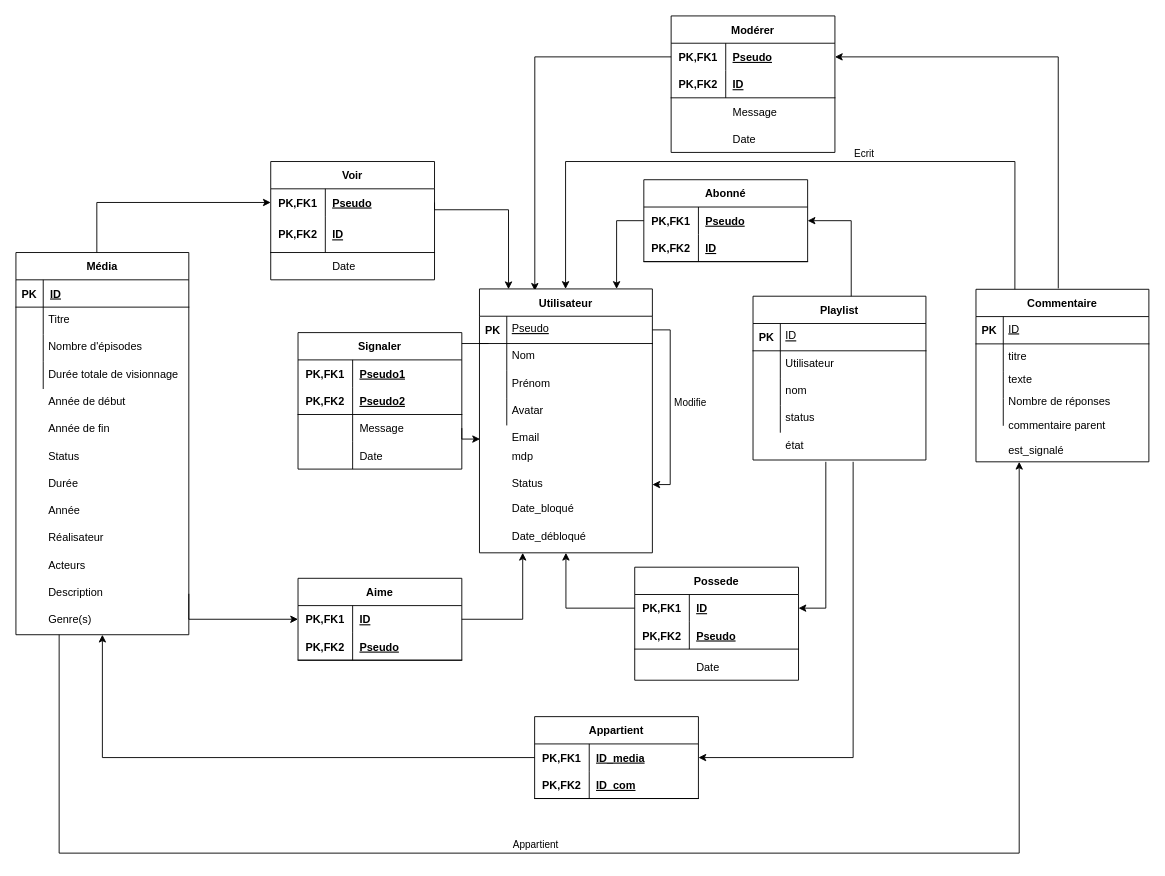
VinLeclercq/CDAW keeps this draw.io diagram as page "MLD" (2 of 2) of public/jalon1/analyse/MCD_MLD.drawio. Above is the earlier version. Source tidied: cells renumbered, new cells numbered last; positions are measured from the earlier drawing's top-left corner, leaving out a move shared by most shapes. Both pictures are drawn from the tidied source at 91%, with x=0, y=0 at pixel (15, 15).
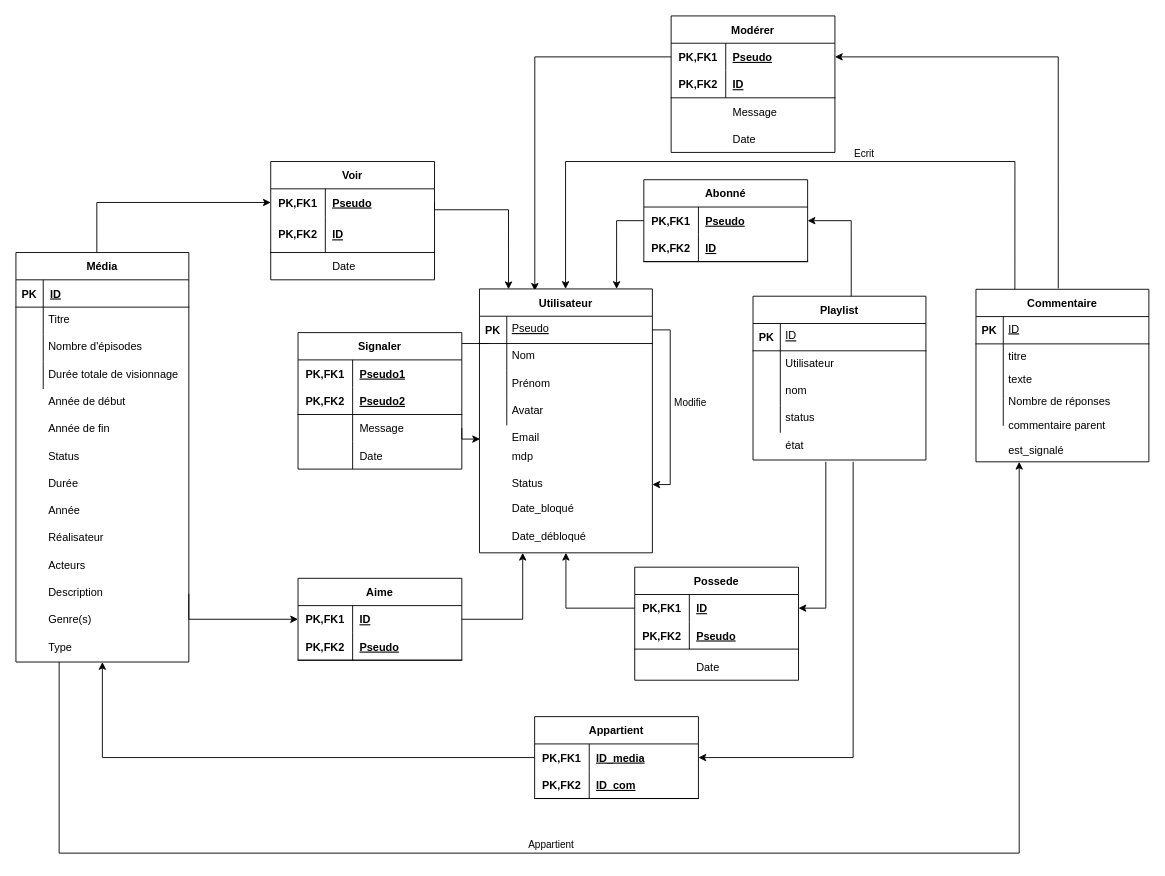
After the change.

What changed in the source:
```diff
@@
     <mxCell id="21" value="Média" style="shape=table;startSize=30;childLayout=tableLayout;rowLines=0;fontStyle=1;align=center;" parent="1" vertex="1">
-      <mxGeometry y="260" width="190" height="420" as="geometry" />
+      <mxGeometry y="260" width="190" height="450" as="geometry" />
     </mxCell>
@@
+    <mxCell id="173" value="Type" style="text;strokeColor=none;fillColor=none;spacingLeft=4;spacingRight=4;overflow=hidden;fontSize=12;" parent="1" vertex="1">
+      <mxGeometry x="30" y="680" width="160" height="30" as="geometry" />
+    </mxCell>
```
